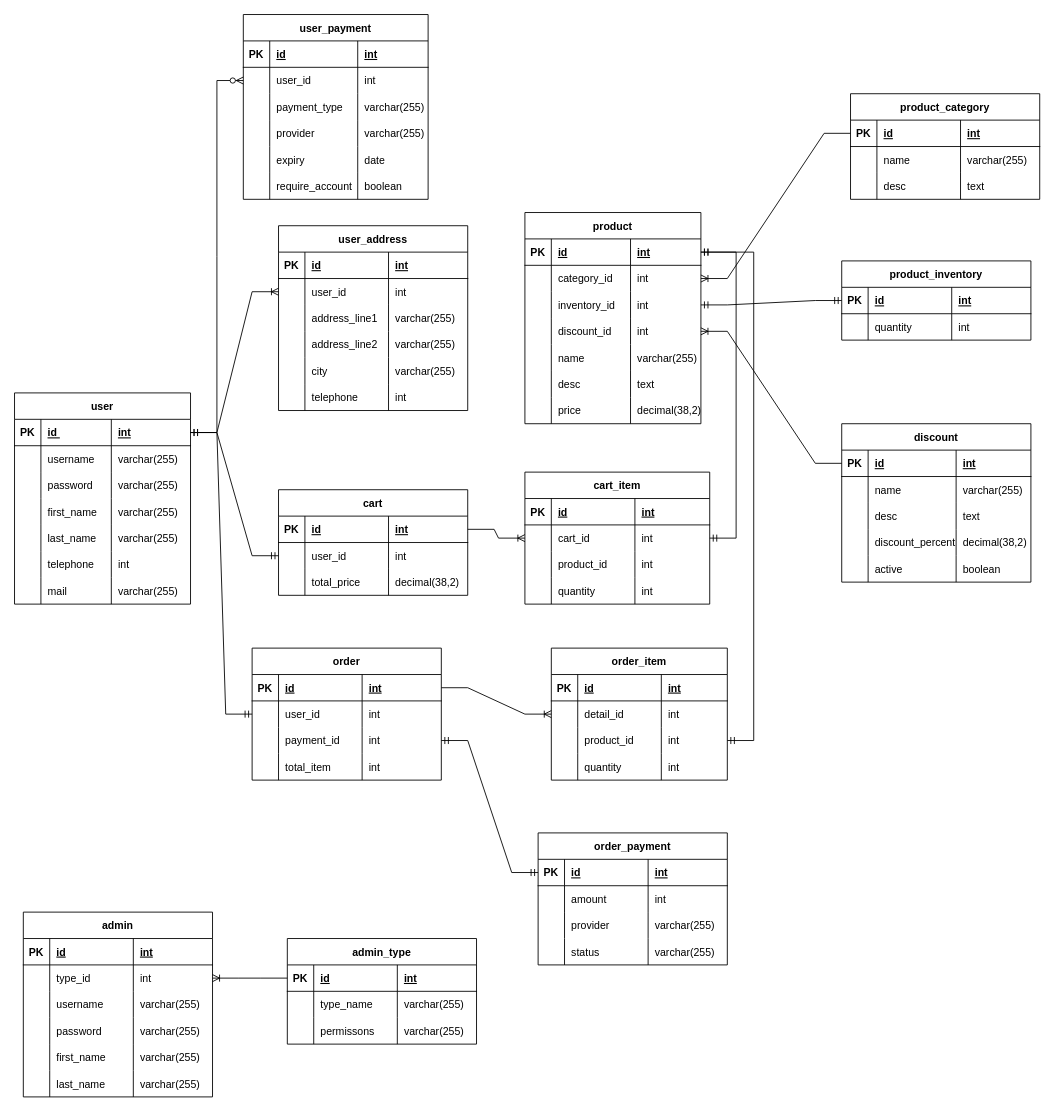
The draw.io diagram SimpleSaleDB.drawio in Chubankem/SimpleSale, before the edit. Source tidied: cells renumbered, new cells numbered last; positions are measured from the earlier drawing's top-left corner, leaving out a move shared by most shapes. Both pictures are drawn from the tidied source at 88%, with x=0, y=0 at pixel (14, 14).
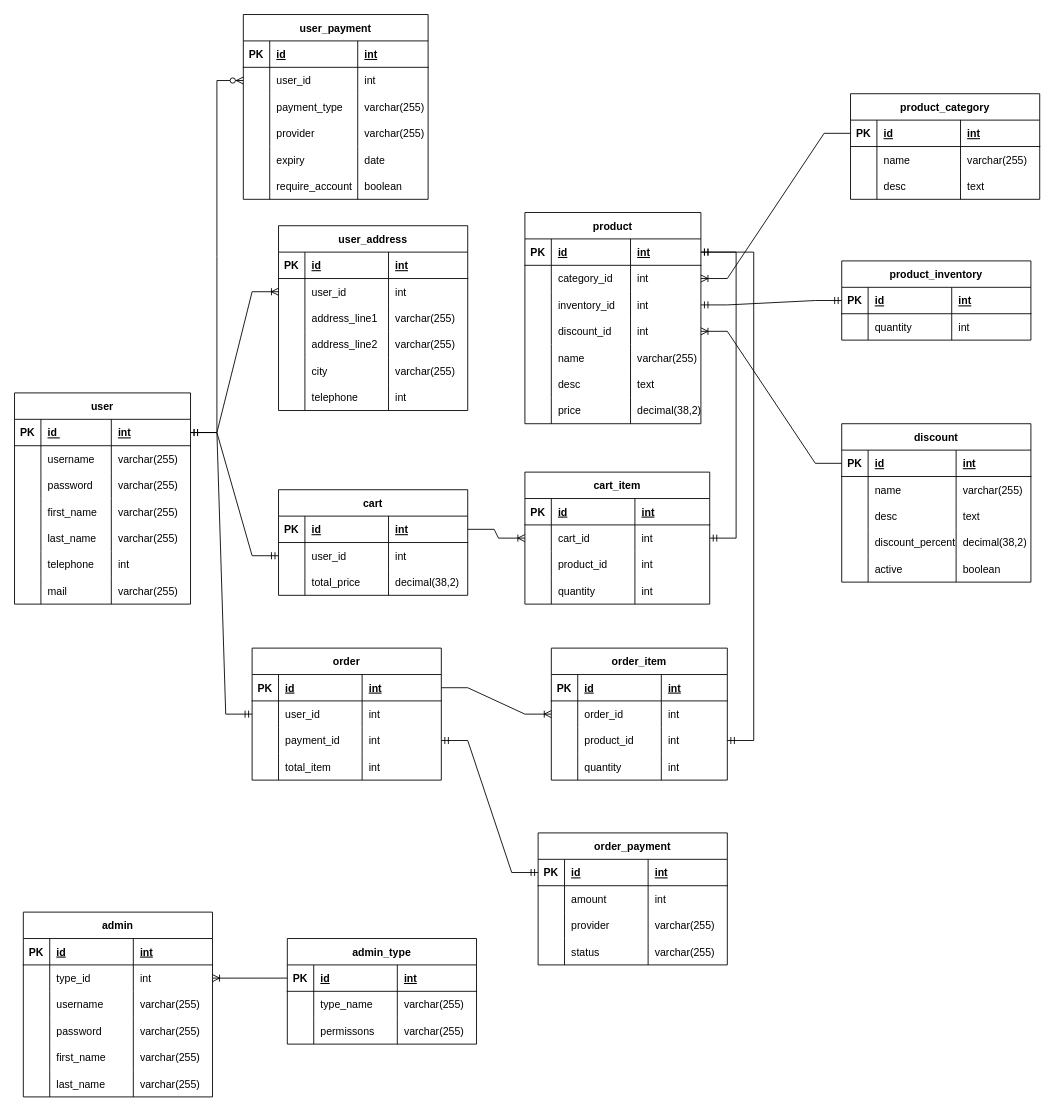
The same diagram, later.

Unchanged cells that the change refers to:
```xml
<mxCell id="226" style="shape=tableRow;horizontal=0;startSize=0;swimlaneHead=0;swimlaneBody=0;fillColor=none;points=[[0,0.5],[1,0.5]];portConstraint=eastwest;top=0;left=0;right=0;bottom=0;strokeWidth=1;" parent="221" vertex="1">
  <mxGeometry y="60" width="200" height="30" as="geometry" />
</mxCell>
```

What changed in the source:
```diff
@@
-    <mxCell id="228" value="detail_id" style="shape=partialRectangle;fillColor=none;top=0;left=0;bottom=0;right=0;align=left;spacingLeft=6;overflow=hidden;strokeWidth=1;" parent="226" vertex="1">
+    <mxCell id="228" value="order_id" style="shape=partialRectangle;fillColor=none;top=0;left=0;bottom=0;right=0;align=left;spacingLeft=6;overflow=hidden;strokeWidth=1;" parent="226" vertex="1">
       <mxGeometry x="30" width="95" height="30" as="geometry" />
     </mxCell>
```
